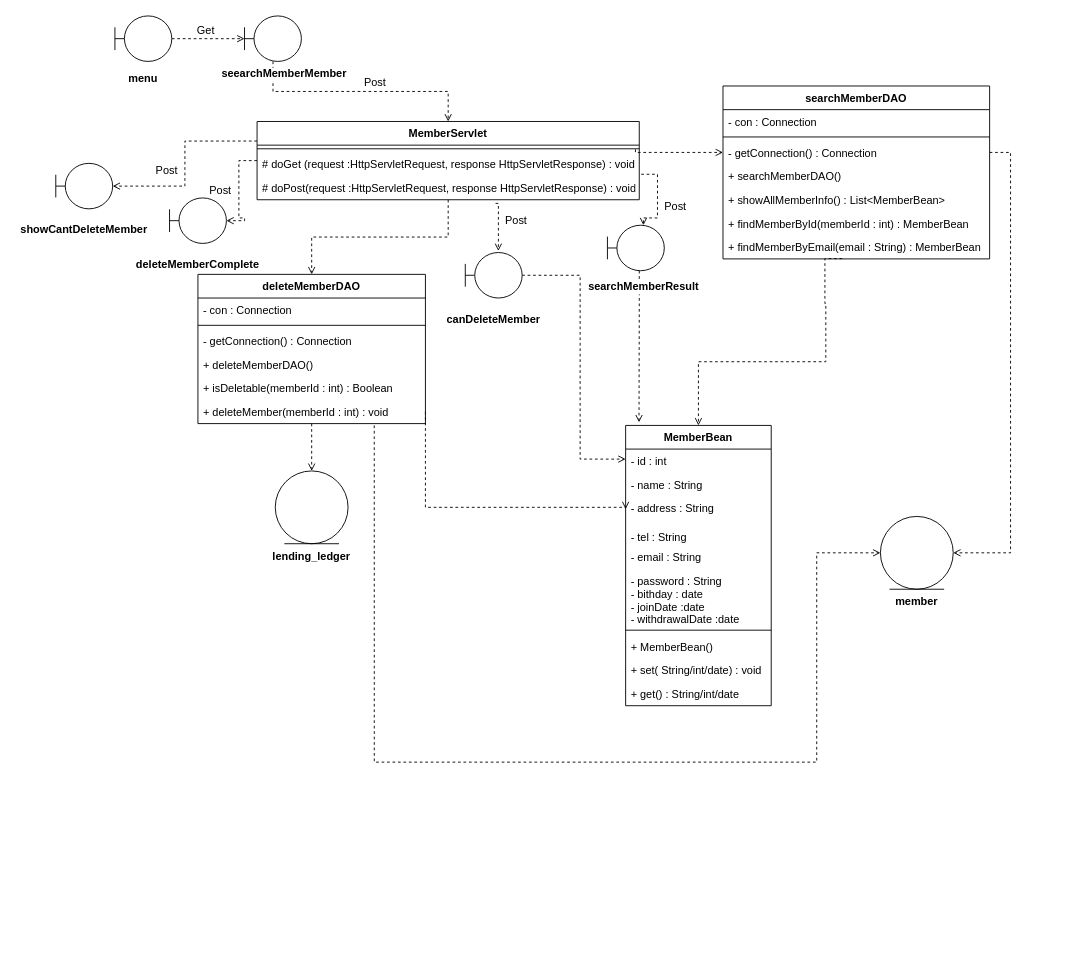
The draw.io diagram page "会員検索・退会" (2 of 3) of 開発演習ドキュメント/図書管理システム/成果物テンプレート/30_内部設計/クラス図/会員管理.drawio in LovesPython/LibraryManagementSystem, before the edit. Source tidied: cells renumbered, new cells numbered last; positions are measured from the earlier drawing's top-left corner, leaving out a move shared by most shapes. Both pictures are drawn from the tidied source at 91%, with x=0, y=0 at pixel (15, 15).
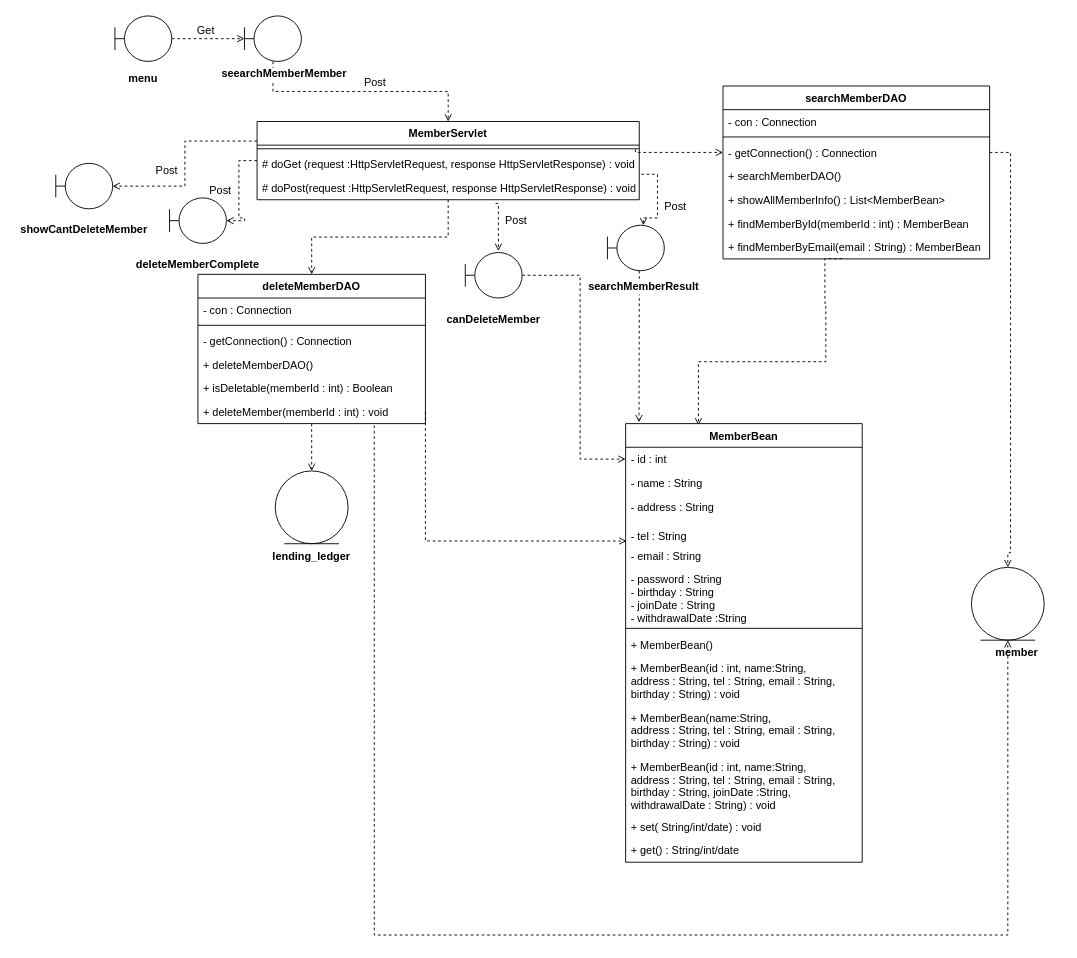
Above is the later version.

The change refers to these unchanged cells:
```xml
<mxCell id="18" value="- getConnection() : Connection" style="text;strokeColor=none;fillColor=none;align=left;verticalAlign=top;spacingLeft=4;spacingRight=4;overflow=hidden;points=[[0,0.5],[1,0.5]];portConstraint=eastwest;" parent="15" vertex="1">
  <mxGeometry y="60" width="293" height="26" as="geometry" />
</mxCell>
<mxCell id="22" value="+ findMemberByEmail(email : String) : MemberBean" style="text;strokeColor=none;fillColor=none;align=left;verticalAlign=top;spacingLeft=4;spacingRight=4;overflow=hidden;points=[[0,0.5],[1,0.5]];portConstraint=eastwest;" parent="15" vertex="1">
  <mxGeometry y="164" width="293" height="26" as="geometry" />
</mxCell>
<mxCell id="43" value="+ deleteMember(memberId : int) : void" style="text;strokeColor=none;fillColor=none;align=left;verticalAlign=top;spacingLeft=4;spacingRight=4;overflow=hidden;points=[[0,0.5],[1,0.5]];portConstraint=eastwest;" parent="37" vertex="1">
  <mxGeometry y="138" width="250" height="26" as="geometry" />
</mxCell>
```

What changed in the source:
```diff
@@
-    <mxCell id="14" style="edgeStyle=orthogonalEdgeStyle;rounded=0;jettySize=auto;html=1;entryX=1;entryY=0.5;entryDx=0;entryDy=0;dashed=1;endArrow=open;endFill=0;exitX=1;exitY=0.5;exitDx=0;exitDy=0;" parent="1" edge="1" source="18" target="30">
+    <mxCell id="14" style="edgeStyle=orthogonalEdgeStyle;rounded=0;jettySize=auto;html=1;entryX=0.5;entryY=0;entryDx=0;entryDy=0;dashed=1;endArrow=open;endFill=0;exitX=1;exitY=0.5;exitDx=0;exitDy=0;" parent="1" edge="1" source="18" target="30">
       <mxGeometry relative="1" as="geometry">
         <Array as="points">
           <mxPoint x="1093" y="150" />
           <mxPoint x="1093" y="590" />
+          <mxPoint x="1090" y="590" />
         </Array>
       </mxGeometry>
     </mxCell>
@@
     <mxCell id="30" style="ellipse;shape=umlEntity;whiteSpace=wrap;html=1;labelBackgroundColor=#ffffff;" parent="1" vertex="1">
-      <mxGeometry x="950" y="550" width="80" height="80" as="geometry" />
+      <mxGeometry x="1050" y="606" width="80" height="80" as="geometry" />
     </mxCell>
     <mxCell id="31" value="member" style="text;align=center;fontStyle=1;verticalAlign=middle;spacingLeft=3;spacingRight=3;strokeColor=none;labelBackgroundColor=#ffffff;" parent="1" vertex="1">
-      <mxGeometry x="940" y="630" width="100" height="26" as="geometry" />
+      <mxGeometry x="1050" y="686" width="100" height="26" as="geometry" />
     </mxCell>
@@
-    <mxCell id="36" style="edgeStyle=orthogonalEdgeStyle;rounded=0;jettySize=auto;html=1;entryX=0;entryY=0.5;entryDx=0;entryDy=0;dashed=1;endArrow=open;endFill=0;exitX=0.775;exitY=1.077;exitDx=0;exitDy=0;exitPerimeter=0;" parent="1" edge="1" source="43" target="30">
+    <mxCell id="36" style="edgeStyle=orthogonalEdgeStyle;rounded=0;jettySize=auto;html=1;entryX=0.5;entryY=1;entryDx=0;entryDy=0;dashed=1;endArrow=open;endFill=0;exitX=0.775;exitY=1.077;exitDx=0;exitDy=0;exitPerimeter=0;" parent="1" edge="1" source="43" target="30">
       <mxGeometry relative="1" as="geometry">
         <Array as="points">
-          <mxPoint x="394" y="820" />
-          <mxPoint x="880" y="820" />
-          <mxPoint x="880" y="590" />
+          <mxPoint x="394" y="1010" />
+          <mxPoint x="1090" y="1010" />
         </Array>
       </mxGeometry>
     </mxCell>
@@
-    <mxCell id="44" style="edgeStyle=orthogonalEdgeStyle;rounded=0;jettySize=auto;html=1;exitX=1;exitY=0.5;exitDx=0;exitDy=0;entryX=0;entryY=0.5;entryDx=0;entryDy=0;dashed=1;endArrow=open;endFill=0;" parent="1" edge="1" source="43">
+    <mxCell id="44" style="edgeStyle=orthogonalEdgeStyle;rounded=0;jettySize=auto;html=1;exitX=1;exitY=0.5;exitDx=0;exitDy=0;entryX=0.004;entryY=0.864;entryDx=0;entryDy=0;dashed=1;endArrow=open;endFill=0;entryPerimeter=0;" parent="1" edge="1" source="43" target="55">
       <mxGeometry relative="1" as="geometry">
-        <mxPoint x="670" y="542" as="targetPoint" />
         <Array as="points">
-          <mxPoint x="450" y="540" />
-          <mxPoint x="670" y="540" />
+          <mxPoint x="450" y="577" />
         </Array>
       </mxGeometry>
     </mxCell>
@@
-    <mxCell id="51" value="MemberBean" style="swimlane;fontStyle=1;align=center;verticalAlign=top;horizontal=1;startSize=26;labelBackgroundColor=#ffffff;" parent="1" vertex="1">
-      <mxGeometry x="670" y="450" width="160" height="308" as="geometry" />
-    </mxCell>
-    <mxCell id="52" value="- id : int" style="text;strokeColor=none;fillColor=none;align=left;verticalAlign=top;spacingLeft=4;spacingRight=4;overflow=hidden;" parent="51" vertex="1">
-      <mxGeometry y="26" width="160" height="26" as="geometry" />
-    </mxCell>
-    <mxCell id="53" value="- name : String" style="text;strokeColor=none;fillColor=none;align=left;verticalAlign=top;spacingLeft=4;spacingRight=4;overflow=hidden;" parent="51" vertex="1">
-      <mxGeometry y="52" width="160" height="26" as="geometry" />
-    </mxCell>
-    <mxCell id="54" value="- address : String" style="text;strokeColor=none;fillColor=none;align=left;verticalAlign=top;spacingLeft=4;spacingRight=4;overflow=hidden;" parent="51" vertex="1">
-      <mxGeometry y="78" width="160" height="32" as="geometry" />
-    </mxCell>
-    <mxCell id="55" value="- tel : String" style="text;strokeColor=none;fillColor=none;align=left;verticalAlign=top;spacingLeft=4;spacingRight=4;overflow=hidden;points=[[0,0.5],[1,0.5]];portConstraint=eastwest;" parent="51" vertex="1">
-      <mxGeometry y="110" width="160" height="22" as="geometry" />
-    </mxCell>
-    <mxCell id="56" value="- email : String" style="text;strokeColor=none;fillColor=none;align=left;verticalAlign=top;spacingLeft=4;spacingRight=4;overflow=hidden;" parent="51" vertex="1">
-      <mxGeometry y="132" width="160" height="26" as="geometry" />
-    </mxCell>
-    <mxCell id="57" value="- password : String&#10;- bithday : date&#10;- joinDate :date&#10;- withdrawalDate :date" style="text;strokeColor=none;fillColor=none;align=left;verticalAlign=top;spacingLeft=4;spacingRight=4;overflow=hidden;" parent="51" vertex="1">
-      <mxGeometry y="158" width="160" height="62" as="geometry" />
-    </mxCell>
-    <mxCell id="58" style="line;strokeWidth=1;fillColor=none;align=left;verticalAlign=middle;spacingTop=-1;spacingLeft=3;spacingRight=3;labelPosition=right;" parent="51" vertex="1">
-      <mxGeometry y="220" width="160" height="10" as="geometry" />
-    </mxCell>
-    <mxCell id="59" value="+ MemberBean()" style="text;strokeColor=none;fillColor=none;align=left;verticalAlign=top;spacingLeft=4;spacingRight=4;overflow=hidden;" parent="51" vertex="1">
-      <mxGeometry y="230" width="160" height="26" as="geometry" />
-    </mxCell>
-    <mxCell id="60" value="+ set( String/int/date) : void" style="text;strokeColor=none;fillColor=none;align=left;verticalAlign=top;spacingLeft=4;spacingRight=4;overflow=hidden;" parent="51" vertex="1">
-      <mxGeometry y="256" width="160" height="26" as="geometry" />
-    </mxCell>
-    <mxCell id="61" value="+ get() : String/int/date" style="text;strokeColor=none;fillColor=none;align=left;verticalAlign=top;spacingLeft=4;spacingRight=4;overflow=hidden;" parent="51" vertex="1">
-      <mxGeometry y="282" width="160" height="26" as="geometry" />
-    </mxCell>
-    <mxCell id="62" style="edgeStyle=orthogonalEdgeStyle;rounded=0;jettySize=auto;html=1;dashed=1;endArrow=open;endFill=0;exitX=0.447;exitY=0.987;exitDx=0;exitDy=0;exitPerimeter=0;" parent="1" edge="1" source="22" target="51">
+    <mxCell id="62" style="edgeStyle=orthogonalEdgeStyle;rounded=0;jettySize=auto;html=1;dashed=1;endArrow=open;endFill=0;exitX=0.447;exitY=0.987;exitDx=0;exitDy=0;exitPerimeter=0;" parent="1" edge="1" source="22">
       <mxGeometry relative="1" as="geometry">
+        <mxPoint x="750" y="450" as="targetPoint" />
         <Array as="points">
           <mxPoint x="889" y="316" />
           <mxPoint x="890" y="316" />
           <mxPoint x="890" y="380" />
           <mxPoint x="750" y="380" />
         </Array>
       </mxGeometry>
     </mxCell>
@@
+    <mxCell id="51" value="MemberBean" style="swimlane;fontStyle=1;align=center;verticalAlign=top;horizontal=1;startSize=26;labelBackgroundColor=#ffffff;" parent="1" vertex="1">
+      <mxGeometry x="670" y="448" width="260" height="482" as="geometry" />
+    </mxCell>
+    <mxCell id="52" value="- id : int" style="text;strokeColor=none;fillColor=none;align=left;verticalAlign=top;spacingLeft=4;spacingRight=4;overflow=hidden;" parent="51" vertex="1">
+      <mxGeometry y="26" width="260" height="26" as="geometry" />
+    </mxCell>
+    <mxCell id="53" value="- name : String" style="text;strokeColor=none;fillColor=none;align=left;verticalAlign=top;spacingLeft=4;spacingRight=4;overflow=hidden;" parent="51" vertex="1">
+      <mxGeometry y="52" width="260" height="26" as="geometry" />
+    </mxCell>
+    <mxCell id="54" value="- address : String" style="text;strokeColor=none;fillColor=none;align=left;verticalAlign=top;spacingLeft=4;spacingRight=4;overflow=hidden;" parent="51" vertex="1">
+      <mxGeometry y="78" width="260" height="32" as="geometry" />
+    </mxCell>
+    <mxCell id="55" value="- tel : String" style="text;strokeColor=none;fillColor=none;align=left;verticalAlign=top;spacingLeft=4;spacingRight=4;overflow=hidden;points=[[0,0.5],[1,0.5]];portConstraint=eastwest;" parent="51" vertex="1">
+      <mxGeometry y="110" width="260" height="22" as="geometry" />
+    </mxCell>
+    <mxCell id="56" value="- email : String" style="text;strokeColor=none;fillColor=none;align=left;verticalAlign=top;spacingLeft=4;spacingRight=4;overflow=hidden;" parent="51" vertex="1">
+      <mxGeometry y="132" width="260" height="26" as="geometry" />
+    </mxCell>
+    <mxCell id="69" value="- password : String&#10;- birthday : String&#10;- joinDate : String&#10;- withdrawalDate :String" style="text;strokeColor=none;fillColor=none;align=left;verticalAlign=top;spacingLeft=4;spacingRight=4;overflow=hidden;" parent="51" vertex="1">
+      <mxGeometry y="158" width="260" height="62" as="geometry" />
+    </mxCell>
+    <mxCell id="70" style="line;strokeWidth=1;fillColor=none;align=left;verticalAlign=middle;spacingTop=-1;spacingLeft=3;spacingRight=3;labelPosition=right;" parent="51" vertex="1">
+      <mxGeometry y="220" width="260" height="10" as="geometry" />
+    </mxCell>
+    <mxCell id="59" value="+ MemberBean()" style="text;strokeColor=none;fillColor=none;align=left;verticalAlign=top;spacingLeft=4;spacingRight=4;overflow=hidden;" parent="51" vertex="1">
+      <mxGeometry y="230" width="260" height="26" as="geometry" />
+    </mxCell>
+    <mxCell id="71" value="+ MemberBean(id : int, name:String,&#10;address : String, tel : String, email : String, &#10;birthday : String) : void" style="text;strokeColor=none;fillColor=none;align=left;verticalAlign=top;spacingLeft=4;spacingRight=4;overflow=hidden;" parent="51" vertex="1">
+      <mxGeometry y="256" width="260" height="54" as="geometry" />
+    </mxCell>
+    <mxCell id="72" value="+ MemberBean(name:String,&#10;address : String, tel : String, email : String, &#10;birthday : String) : void" style="text;strokeColor=none;fillColor=none;align=left;verticalAlign=top;spacingLeft=4;spacingRight=4;overflow=hidden;" parent="51" vertex="1">
+      <mxGeometry y="310" width="260" height="54" as="geometry" />
+    </mxCell>
+    <mxCell id="73" value="+ MemberBean(id : int, name:String,&#10;address : String, tel : String, email : String, &#10;birthday : String, joinDate :String,&#10;withdrawalDate : String) : void" style="text;strokeColor=none;fillColor=none;align=left;verticalAlign=top;spacingLeft=4;spacingRight=4;overflow=hidden;" parent="51" vertex="1">
+      <mxGeometry y="364" width="260" height="66" as="geometry" />
+    </mxCell>
+    <mxCell id="60" value="+ set( String/int/date) : void" style="text;strokeColor=none;fillColor=none;align=left;verticalAlign=top;spacingLeft=4;spacingRight=4;overflow=hidden;" parent="51" vertex="1">
+      <mxGeometry y="430" width="260" height="26" as="geometry" />
+    </mxCell>
+    <mxCell id="61" value="+ get() : String/int/date" style="text;strokeColor=none;fillColor=none;align=left;verticalAlign=top;spacingLeft=4;spacingRight=4;overflow=hidden;" parent="51" vertex="1">
+      <mxGeometry y="456" width="260" height="26" as="geometry" />
+    </mxCell>
```
